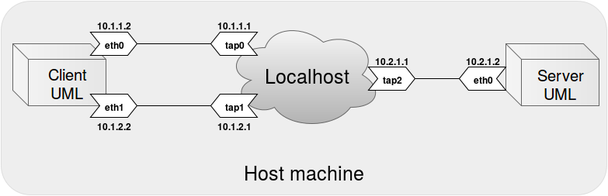
Before: images/Network_Scenario.png, a diagram exported from draw.io (fabriziodemaria/MPTCP_Security). Source tidied: cells renumbered, new cells last; positions are measured from the earlier drawing's top-left corner, leaving out a move shared by most shapes.
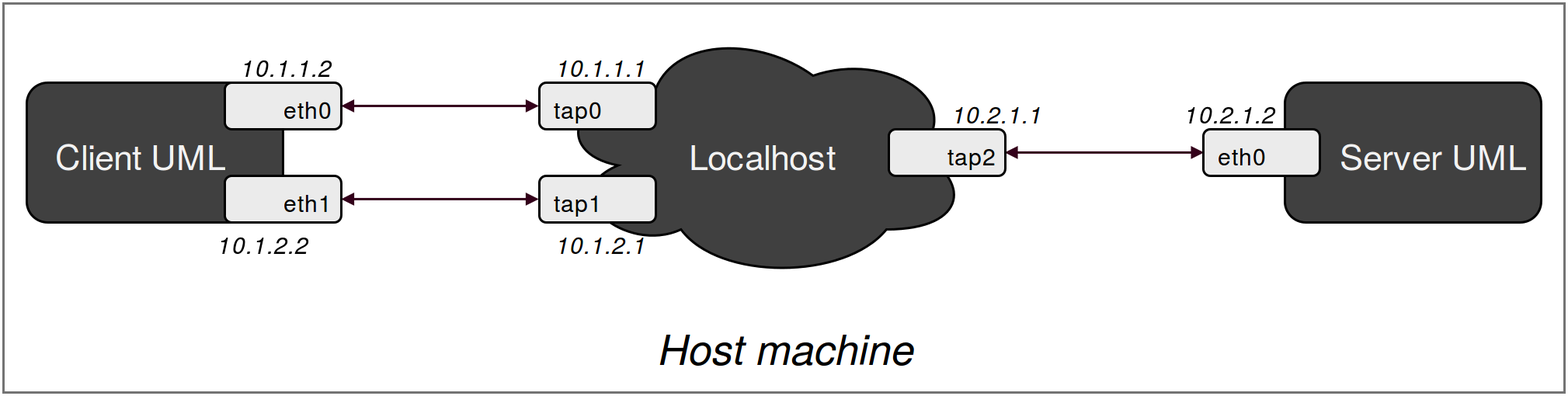
The same diagram one commit later.

The edit, as a diff of the source:
```diff
@@ -1,97 +1,66 @@
-<mxGraphModel>
+<mxGraphModel background="#ffffff">
   <root>
     <mxCell id="0" />
     <mxCell id="1" parent="0" />
-    <mxCell id="2" style="whiteSpace=wrap;html=1;fontSize=25;fillColor=#545454;strokeColor=#000000;gradientColor=none;opacity=10;shadow=0;rounded=1;" parent="1" vertex="1">
-      <mxGeometry width="780" height="250" as="geometry" />
-    </mxCell>
+    <mxCell id="12" style="whiteSpace=wrap;html=1;rounded=0;shadow=0;glass=0;strokeColor=#737373;strokeWidth=1;fillColor=#FFFFFF;gradientColor=none;fontSize=10;fontColor=#000000;align=center;" parent="1" vertex="1">
+      <mxGeometry x="27" y="41" width="670" height="167" as="geometry" />
+    </mxCell>
-    <mxCell id="3" style="shape=cube;whiteSpace=wrap;html=1;plain-gray;gradientColor=#E6E6E6;gradientDirection=east;" parent="1" vertex="1">
-      <mxGeometry x="15" y="55" width="120" height="80" as="geometry" />
+    <mxCell id="3" value="Localhost" style="ellipse;shape=cloud;whiteSpace=wrap;html=1;rounded=1;shadow=0;strokeColor=#000000;fillColor=#404040;gradientColor=none;fontSize=15;fontColor=#F2F2F2;align=center;" parent="1" vertex="1">
+      <mxGeometry x="262" y="50" width="180" height="110" as="geometry" />
     </mxCell>
+    <mxCell id="31" value="Client UML&lt;br&gt;" style="whiteSpace=wrap;html=1;rounded=1;shadow=0;strokeColor=#000000;fillColor=#404040;gradientColor=none;fontSize=15;fontColor=#F2F2F2;align=center;verticalAlign=middle;spacingRight=15;" parent="1" vertex="1">
+      <mxGeometry x="37" y="75" width="110" height="60" as="geometry" />
+    </mxCell>
+    <mxCell id="32" style="edgeStyle=none;html=1;exitX=1;exitY=0.5;entryX=0;entryY=0.5;shadow=0;startArrow=block;startFill=1;startSize=3;endArrow=block;endFill=1;endSize=3;jettySize=auto;strokeColor=#33001A;strokeWidth=1;fillColor=#000000;fontSize=8;fontColor=#000000;" parent="1" edge="1" source="33" target="14">
+      <mxGeometry relative="1" as="geometry" />
+    </mxCell>
+    <mxCell id="33" value="eth1" style="whiteSpace=wrap;html=1;rounded=1;shadow=0;glass=0;strokeColor=#000000;strokeWidth=1;fillColor=#EBEBEB;gradientColor=none;fontSize=10;fontColor=#000000;align=right;spacingRight=3;" parent="1" vertex="1">
+      <mxGeometry x="122" y="115" width="50" height="20" as="geometry" />
+    </mxCell>
+    <mxCell id="14" value="tap1" style="whiteSpace=wrap;html=1;rounded=1;shadow=0;glass=0;strokeColor=#000000;strokeWidth=1;fillColor=#EBEBEB;gradientColor=none;fontSize=10;fontColor=#000000;align=left;spacingLeft=3;" parent="1" vertex="1">
+      <mxGeometry x="257" y="115" width="50" height="20" as="geometry" />
+    </mxCell>
-    <mxCell id="4" style="shape=cube;whiteSpace=wrap;html=1;plain-gray;gradientColor=#E6E6E6;gradientDirection=east;" parent="1" vertex="1">
-      <mxGeometry x="650" y="55" width="120" height="80" as="geometry" />
+    <mxCell id="4" style="edgeStyle=none;html=1;exitX=1;exitY=0.5;entryX=0;entryY=0.5;shadow=0;startArrow=block;startFill=1;startSize=3;endArrow=block;endFill=1;endSize=3;jettySize=auto;strokeColor=#33001A;strokeWidth=1;fillColor=#000000;fontSize=8;fontColor=#000000;" parent="1" edge="1" source="5" target="34">
+      <mxGeometry x="195" y="290" as="geometry" />
     </mxCell>
-    <mxCell id="5" value="Client UML&lt;br&gt;" style="text;html=1;strokeColor=none;fillColor=none;align=center;verticalAlign=middle;whiteSpace=wrap;overflow=hidden;fontSize=20;" parent="1" vertex="1">
-      <mxGeometry x="35" y="75" width="100" height="60" as="geometry" />
+    <mxCell id="5" value="eth0" style="whiteSpace=wrap;html=1;rounded=1;shadow=0;glass=0;strokeColor=#000000;strokeWidth=1;fillColor=#EBEBEB;gradientColor=none;fontSize=10;fontColor=#000000;align=right;spacingRight=3;" parent="1" vertex="1">
+      <mxGeometry x="122" y="75" width="50" height="20" as="geometry" />
     </mxCell>
+    <mxCell id="34" value="tap0" style="whiteSpace=wrap;html=1;rounded=1;shadow=0;glass=0;strokeColor=#000000;strokeWidth=1;fillColor=#EBEBEB;gradientColor=none;fontSize=10;fontColor=#000000;align=left;spacingLeft=3;" parent="1" vertex="1">
+      <mxGeometry x="257" y="75" width="50" height="20" as="geometry" />
+    </mxCell>
-    <mxCell id="6" style="shape=step;whiteSpace=wrap;html=1;" parent="1" vertex="1">
-      <mxGeometry x="115" y="40" width="60" height="30" as="geometry" />
+    <mxCell id="6" style="edgeStyle=none;html=1;exitX=1;exitY=0.5;entryX=0;entryY=0.5;shadow=0;startArrow=block;startFill=1;startSize=3;endArrow=block;endFill=1;endSize=3;jettySize=auto;strokeColor=#33001A;strokeWidth=1;fillColor=#000000;fontSize=8;fontColor=#000000;" parent="1" edge="1" source="7" target="8">
+      <mxGeometry x="480" y="310" as="geometry" />
     </mxCell>
-    <mxCell id="7" style="shape=step;whiteSpace=wrap;html=1;" parent="1" vertex="1">
-      <mxGeometry x="115" y="120" width="60" height="30" as="geometry" />
+    <mxCell id="7" value="tap2" style="whiteSpace=wrap;html=1;rounded=1;shadow=0;glass=0;strokeColor=#000000;strokeWidth=1;fillColor=#EBEBEB;gradientColor=none;fontSize=10;fontColor=#000000;align=right;spacingRight=3;" parent="1" vertex="1">
+      <mxGeometry x="407" y="95" width="50" height="20" as="geometry" />
     </mxCell>
+    <mxCell id="30" value="Server UML&lt;br&gt;" style="whiteSpace=wrap;html=1;rounded=1;shadow=0;strokeColor=#000000;fillColor=#404040;gradientColor=none;fontSize=15;fontColor=#F2F2F2;align=center;verticalAlign=middle;spacingLeft=15;" parent="1" vertex="1">
+      <mxGeometry x="577" y="75" width="110" height="60" as="geometry" />
+    </mxCell>
-    <mxCell id="8" style="ellipse;shape=cloud;whiteSpace=wrap;html=1;plain-gray;" parent="1" vertex="1">
-      <mxGeometry x="290" y="25" width="200" height="140" as="geometry" />
+    <mxCell id="8" value="eth0" style="whiteSpace=wrap;html=1;rounded=1;shadow=0;glass=0;strokeColor=#000000;strokeWidth=1;fillColor=#EBEBEB;gradientColor=none;fontSize=10;fontColor=#000000;align=left;spacingLeft=3;" parent="1" vertex="1">
+      <mxGeometry x="542" y="95" width="50" height="20" as="geometry" />
     </mxCell>
+    <mxCell id="19" value="10.1.1.2" style="text;html=1;align=center;verticalAlign=bottom;spacingTop=-4;fontSize=10;fontColor=#000000;fontStyle=2;" parent="1" vertex="1">
+      <mxGeometry x="112" y="55" width="70" height="20" as="geometry" />
+    </mxCell>
+    <mxCell id="20" value="10.1.2.2" style="text;html=1;align=center;verticalAlign=top;spacingTop=-4;fontSize=10;fontColor=#000000;fontStyle=2;" parent="1" vertex="1">
+      <mxGeometry x="112" y="135" width="50" height="10" as="geometry" />
+    </mxCell>
+    <mxCell id="22" value="10.1.2.1" style="text;html=1;align=center;verticalAlign=top;spacingTop=-4;fontSize=10;fontColor=#000000;fontStyle=2;" parent="1" vertex="1">
+      <mxGeometry x="257" y="135" width="50" height="10" as="geometry" />
+    </mxCell>
-    <mxCell id="9" style="shape=step;whiteSpace=wrap;html=1;rotation=180;" parent="1" vertex="1">
-      <mxGeometry x="270" y="40" width="60" height="30" as="geometry" />
+    <mxCell id="9" value="10.1.1.1" style="text;html=1;align=center;verticalAlign=bottom;spacingTop=-4;fontSize=10;fontColor=#000000;fontStyle=2;" parent="1" vertex="1">
+      <mxGeometry x="257" y="65" width="50" height="10" as="geometry" />
     </mxCell>
-    <mxCell id="10" style="shape=step;whiteSpace=wrap;html=1;rotation=180;" parent="1" vertex="1">
-      <mxGeometry x="270" y="120" width="60" height="30" as="geometry" />
+    <mxCell id="10" value="10.2.1.1" style="text;html=1;align=center;verticalAlign=bottom;spacingTop=-4;fontSize=10;fontColor=#000000;fontStyle=2;" parent="1" vertex="1">
+      <mxGeometry x="427" y="85" width="50" height="10" as="geometry" />
     </mxCell>
-    <mxCell id="11" value="eth0" style="text;html=1;strokeColor=none;fillColor=none;align=center;verticalAlign=middle;whiteSpace=wrap;overflow=hidden;fontStyle=1;" parent="1" vertex="1">
-      <mxGeometry x="125" y="45" width="40" height="20" as="geometry" />
+    <mxCell id="11" value="10.2.1.2" style="text;html=1;align=center;verticalAlign=bottom;spacingTop=-4;fontSize=10;fontColor=#000000;fontStyle=2;" parent="1" vertex="1">
+      <mxGeometry x="527" y="85" width="50" height="10" as="geometry" />
     </mxCell>
-    <mxCell id="12" value="eth1" style="text;html=1;strokeColor=none;fillColor=none;align=center;verticalAlign=middle;whiteSpace=wrap;overflow=hidden;fontStyle=1;" parent="1" vertex="1">
-      <mxGeometry x="125" y="125" width="40" height="20" as="geometry" />
-    </mxCell>
-    <mxCell id="13" value="tap0" style="text;html=1;strokeColor=none;fillColor=none;align=center;verticalAlign=middle;whiteSpace=wrap;overflow=hidden;fontStyle=1;" parent="1" vertex="1">
-      <mxGeometry x="280" y="45" width="40" height="20" as="geometry" />
+    <mxCell id="13" value="Host machine&lt;br&gt;" style="text;html=1;align=center;verticalAlign=middle;spacingTop=-4;fontSize=18;fontColor=#000000;fontStyle=2;" parent="1" vertex="1">
+      <mxGeometry x="322" y="185" width="80" height="10" as="geometry" />
     </mxCell>
-    <mxCell id="14" value="tap1" style="text;html=1;strokeColor=none;fillColor=none;align=center;verticalAlign=middle;whiteSpace=wrap;overflow=hidden;fontStyle=1;" parent="1" vertex="1">
-      <mxGeometry x="280" y="125" width="40" height="20" as="geometry" />
-    </mxCell>
-    <mxCell id="15" style="shape=step;whiteSpace=wrap;html=1;" parent="1" vertex="1">
-      <mxGeometry x="473" y="85" width="60" height="30" as="geometry" />
-    </mxCell>
-    <mxCell id="16" value="tap2" style="text;html=1;strokeColor=none;fillColor=none;align=center;verticalAlign=middle;whiteSpace=wrap;overflow=hidden;fontStyle=1;" parent="1" vertex="1">
-      <mxGeometry x="483" y="90" width="40" height="20" as="geometry" />
-    </mxCell>
-    <mxCell id="17" style="shape=step;whiteSpace=wrap;html=1;rotation=180;" parent="1" vertex="1">
-      <mxGeometry x="590" y="85" width="60" height="30" as="geometry" />
-    </mxCell>
-    <mxCell id="18" value="eth0&lt;br&gt;" style="text;html=1;strokeColor=none;fillColor=none;align=center;verticalAlign=middle;whiteSpace=wrap;overflow=hidden;fontStyle=1;" parent="1" vertex="1">
-      <mxGeometry x="600" y="85" width="40" height="30" as="geometry" />
-    </mxCell>
-    <mxCell id="19" value="10.1.1.2" style="text;html=1;strokeColor=none;fillColor=none;align=center;verticalAlign=middle;whiteSpace=wrap;overflow=hidden;fontStyle=1;" parent="1" vertex="1">
-      <mxGeometry x="105" y="20" width="80" height="20" as="geometry" />
-    </mxCell>
-    <mxCell id="20" value="10.1.2.2" style="text;html=1;strokeColor=none;fillColor=none;align=center;verticalAlign=middle;whiteSpace=wrap;overflow=hidden;fontStyle=1;" parent="1" vertex="1">
-      <mxGeometry x="105" y="150" width="80" height="20" as="geometry" />
-    </mxCell>
-    <mxCell id="21" value="10.1.1.1" style="text;html=1;strokeColor=none;fillColor=none;align=center;verticalAlign=middle;whiteSpace=wrap;overflow=hidden;fontStyle=1;" parent="1" vertex="1">
-      <mxGeometry x="260" y="20" width="80" height="20" as="geometry" />
-    </mxCell>
-    <mxCell id="22" value="10.1.2.1" style="text;html=1;strokeColor=none;fillColor=none;align=center;verticalAlign=middle;whiteSpace=wrap;overflow=hidden;fontStyle=1;" parent="1" vertex="1">
-      <mxGeometry x="260" y="150" width="80" height="20" as="geometry" />
-    </mxCell>
-    <mxCell id="23" value="10.2.1.1" style="text;html=1;strokeColor=none;fillColor=none;align=center;verticalAlign=middle;whiteSpace=wrap;overflow=hidden;fontStyle=1;" parent="1" vertex="1">
-      <mxGeometry x="463" y="66" width="80" height="20" as="geometry" />
-    </mxCell>
-    <mxCell id="24" value="10.2.1.2" style="text;html=1;strokeColor=none;fillColor=none;align=center;verticalAlign=middle;whiteSpace=wrap;overflow=hidden;fontStyle=1;" parent="1" vertex="1">
-      <mxGeometry x="580" y="66" width="80" height="20" as="geometry" />
-    </mxCell>
-    <mxCell id="25" style="edgeStyle=orthogonalEdgeStyle;rounded=0;html=1;exitX=1;exitY=0.5;exitPerimeter=0;fontSize=25;endArrow=none;endFill=0;" parent="1" edge="1" source="6">
-      <mxGeometry relative="1" as="geometry">
-        <mxPoint x="270" y="55" as="targetPoint" />
-      </mxGeometry>
-    </mxCell>
-    <mxCell id="26" style="edgeStyle=orthogonalEdgeStyle;rounded=0;html=1;fontSize=25;endArrow=none;endFill=0;exitX=1;exitY=0.5;exitPerimeter=0;" parent="1" edge="1" source="7">
-      <mxGeometry x="208" y="270" as="geometry">
-        <mxPoint x="270" y="135" as="targetPoint" />
-      </mxGeometry>
-    </mxCell>
-    <mxCell id="27" style="edgeStyle=orthogonalEdgeStyle;rounded=0;html=1;exitX=1;exitY=0.5;exitPerimeter=0;entryX=1;entryY=0.5;entryPerimeter=0;endArrow=none;endFill=0;fontSize=25;" parent="1" edge="1" source="15" target="17">
-      <mxGeometry relative="1" as="geometry" />
-    </mxCell>
-    <mxCell id="28" value="Localhost" style="text;html=1;strokeColor=none;fillColor=none;align=center;verticalAlign=middle;whiteSpace=wrap;overflow=hidden;fontSize=25;" parent="1" vertex="1">
-      <mxGeometry x="337" y="70" width="113" height="50" as="geometry" />
-    </mxCell>
-    <mxCell id="29" value="Host machine&lt;br&gt;" style="text;html=1;strokeColor=none;fillColor=none;align=center;verticalAlign=middle;whiteSpace=wrap;overflow=hidden;fontSize=25;" parent="1" vertex="1">
-      <mxGeometry x="310" y="195" width="160" height="50" as="geometry" />
-    </mxCell>
-    <mxCell id="30" value="Server UML&lt;br&gt;" style="text;html=1;strokeColor=none;fillColor=none;align=center;verticalAlign=middle;whiteSpace=wrap;overflow=hidden;fontSize=20;" parent="1" vertex="1">
-      <mxGeometry x="670" y="76" width="100" height="60" as="geometry" />
-    </mxCell>
   </root>
 </mxGraphModel>
```
